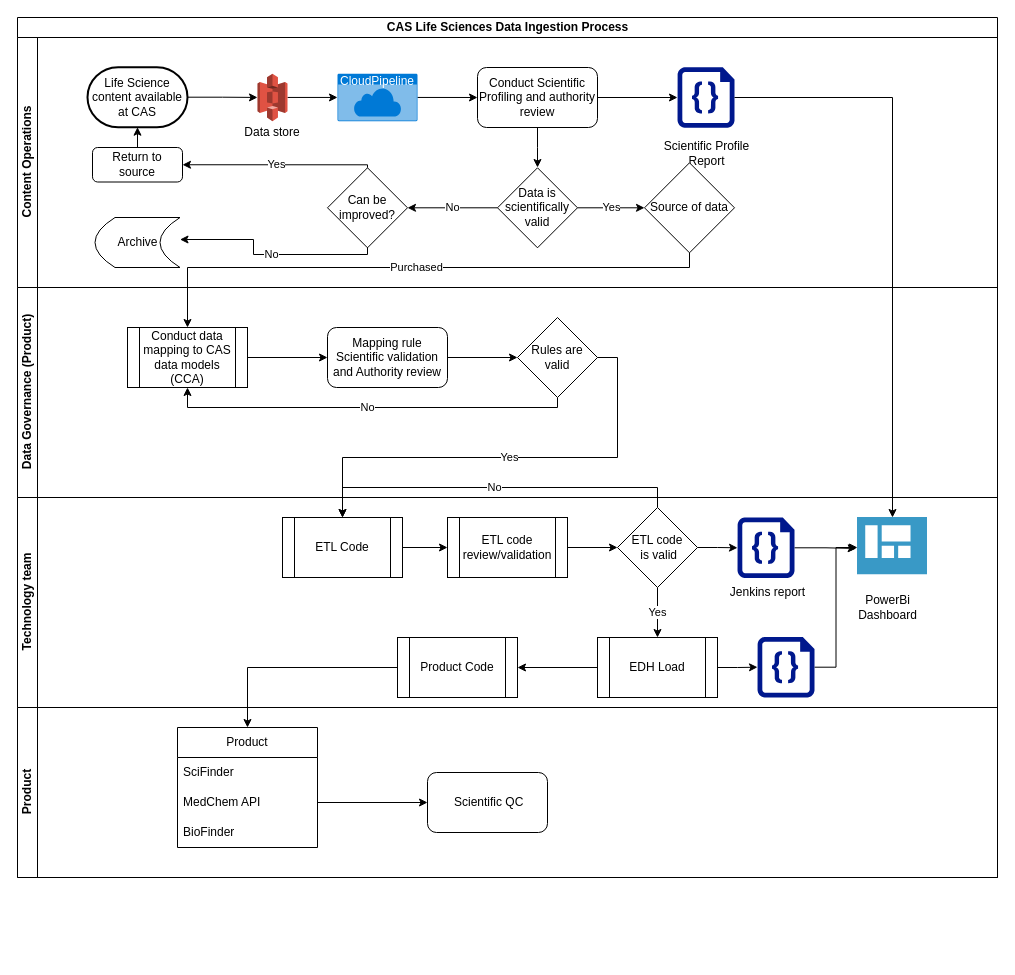
Before: Untitled Diagram.drawio in nilesh-tawari/smartpv_dist, a draw.io diagram. Source tidied: cells renumbered, new cells numbered last; positions are measured from the earlier drawing's top-left corner, leaving out a move shared by most shapes. Both pictures are drawn from the tidied source at 100%, with x=0, y=0 at pixel (17, 17).
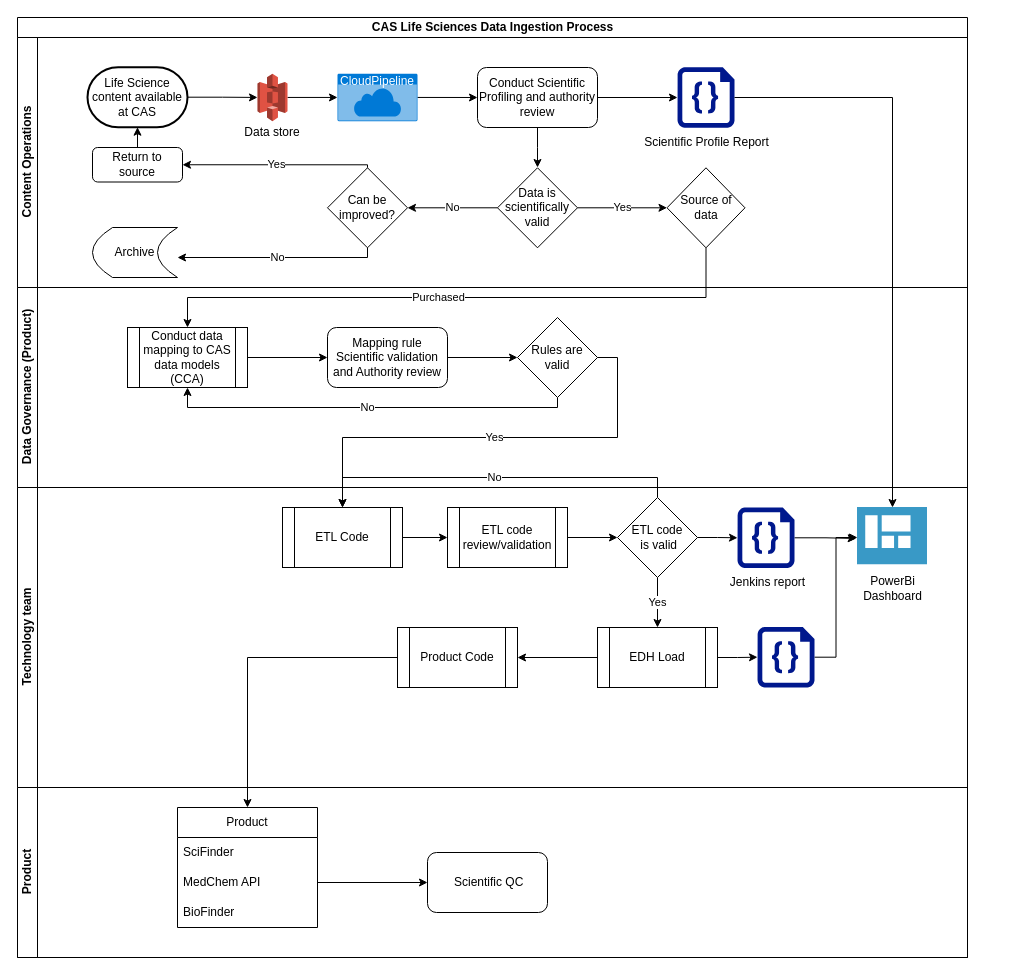
Above is the later version.

Unchanged cells that the change refers to:
```xml
<mxCell id="14" value="Can be improved?" style="rhombus;whiteSpace=wrap;html=1;" parent="3" vertex="1">
  <mxGeometry x="310" y="130.3" width="80" height="80" as="geometry" />
</mxCell>
<mxCell id="27" value="Conduct data mapping to CAS data models (CCA)" style="shape=process;whiteSpace=wrap;html=1;backgroundOutline=1;" parent="26" vertex="1">
  <mxGeometry x="110" y="40" width="120" height="60" as="geometry" />
</mxCell>
<mxCell id="32" value="Rules are valid" style="rhombus;whiteSpace=wrap;html=1;" parent="26" vertex="1">
  <mxGeometry x="500" y="30" width="80" height="80" as="geometry" />
</mxCell>
<mxCell id="35" value="ETL Code" style="shape=process;whiteSpace=wrap;html=1;backgroundOutline=1;" parent="33" vertex="1">
  <mxGeometry x="265" y="20" width="120" height="60" as="geometry" />
</mxCell>
```

What changed in the source:
```diff
@@
     <mxCell id="2" value="CAS Life Sciences Data Ingestion Process" style="swimlane;horizontal=1;startSize=20;html=1;" parent="1" vertex="1">
-      <mxGeometry width="980" height="860" as="geometry" />
+      <mxGeometry width="950" height="940" as="geometry" />
     </mxCell>
     <mxCell id="3" value="Content Operations" style="swimlane;startSize=20;horizontal=0;html=1;" parent="2" vertex="1">
-      <mxGeometry y="20" width="980" height="250" as="geometry" />
+      <mxGeometry y="20" width="950" height="250" as="geometry" />
     </mxCell>
@@
-    <mxCell id="8" value="Scientific Profile&lt;br&gt;Report" style="text;html=1;align=center;verticalAlign=middle;strokeColor=none;fillColor=none;" parent="3" vertex="1">
-      <mxGeometry x="633.5" y="95.5" width="110" height="40" as="geometry" />
+    <mxCell id="8" value="Scientific Profile Report" style="text;html=1;align=center;verticalAlign=middle;strokeColor=none;fillColor=none;" parent="3" vertex="1">
+      <mxGeometry x="613.5" y="89.7" width="150" height="30" as="geometry" />
     </mxCell>
@@
-    <mxCell id="13" value="No" style="edgeStyle=orthogonalEdgeStyle;rounded=0;orthogonalLoop=1;jettySize=auto;html=1;exitX=0.5;exitY=1;exitDx=0;exitDy=0;" parent="3" edge="1">
+    <mxCell id="13" value="No" style="edgeStyle=orthogonalEdgeStyle;rounded=0;jettySize=auto;html=1;exitX=0.5;exitY=1;exitDx=0;exitDy=0;" parent="3" edge="1" source="14" target="25">
       <mxGeometry relative="1" as="geometry">
-        <mxPoint x="350" y="207.3" as="sourcePoint" />
-        <mxPoint x="162.5" y="202" as="targetPoint" />
         <Array as="points">
-          <mxPoint x="350" y="217" />
-          <mxPoint x="236" y="217" />
-          <mxPoint x="236" y="202" />
+          <mxPoint x="350" y="220" />
         </Array>
       </mxGeometry>
     </mxCell>
@@
-    <mxCell id="24" value="Source of data" style="strokeWidth=1;html=1;shape=mxgraph.flowchart.decision;whiteSpace=wrap;" parent="3" vertex="1">
-      <mxGeometry x="627" y="125.3" width="90" height="90" as="geometry" />
+    <mxCell id="24" value="Source of &lt;br&gt;data" style="strokeWidth=1;html=1;shape=mxgraph.flowchart.decision;whiteSpace=wrap;" parent="3" vertex="1">
+      <mxGeometry x="649.5" y="130.3" width="78" height="80" as="geometry" />
     </mxCell>
     <mxCell id="25" value="Archive" style="shape=dataStorage;whiteSpace=wrap;html=1;fixedSize=1;" parent="3" vertex="1">
-      <mxGeometry x="77.5" y="180" width="85" height="50" as="geometry" />
+      <mxGeometry x="75" y="190" width="85" height="50" as="geometry" />
     </mxCell>
     <mxCell id="26" value="Data Governance (Product)" style="swimlane;startSize=20;horizontal=0;html=1;" parent="2" vertex="1">
-      <mxGeometry y="270" width="980" height="210" as="geometry" />
+      <mxGeometry y="270" width="950" height="200" as="geometry" />
     </mxCell>
@@
     <mxCell id="33" value="Technology team" style="swimlane;startSize=20;horizontal=0;html=1;" parent="2" vertex="1">
-      <mxGeometry y="480" width="980" height="210" as="geometry" />
+      <mxGeometry y="470" width="950" height="300" as="geometry" />
     </mxCell>
@@
     <mxCell id="52" value="PowerBi &lt;br&gt;Dashboard" style="text;html=1;align=center;verticalAlign=middle;strokeColor=none;fillColor=none;" parent="33" vertex="1">
-      <mxGeometry x="830" y="90" width="80" height="40" as="geometry" />
+      <mxGeometry x="835" y="80.6" width="80" height="40" as="geometry" />
     </mxCell>
     <mxCell id="53" value="Product" style="swimlane;startSize=20;horizontal=0;html=1;" parent="2" vertex="1">
-      <mxGeometry y="690" width="980" height="170" as="geometry" />
+      <mxGeometry y="770" width="950" height="170" as="geometry" />
     </mxCell>
@@
     <mxCell id="62" value="Yes" style="edgeStyle=orthogonalEdgeStyle;rounded=0;jettySize=auto;html=1;exitX=1;exitY=0.5;exitDx=0;exitDy=0;entryX=0.5;entryY=0;entryDx=0;entryDy=0;" parent="2" edge="1" source="32" target="35">
-      <mxGeometry relative="1" as="geometry" />
+      <mxGeometry relative="1" as="geometry">
+        <Array as="points">
+          <mxPoint x="600" y="340" />
+          <mxPoint x="600" y="420" />
+          <mxPoint x="325" y="420" />
+        </Array>
+      </mxGeometry>
     </mxCell>
     <mxCell id="63" value="Purchased" style="edgeStyle=orthogonalEdgeStyle;rounded=0;jettySize=auto;html=1;exitX=0.5;exitY=1;exitDx=0;exitDy=0;exitPerimeter=0;" parent="2" edge="1" source="24" target="27">
-      <mxGeometry relative="1" as="geometry">
+      <mxGeometry x="0.06" relative="1" as="geometry">
         <Array as="points">
-          <mxPoint x="672" y="250" />
-          <mxPoint x="170" y="250" />
+          <mxPoint x="689" y="280" />
+          <mxPoint x="170" y="280" />
         </Array>
       </mxGeometry>
     </mxCell>
```
